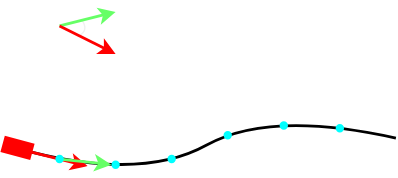
Earlier version of the draw.io export docs/diagrams/driving-direction.drawio.svg (triosnok/isi-planning-tool). Source tidied: cells renumbered, new cells last; positions are measured from the earlier drawing's top-left corner, leaving out a move shared by most shapes.
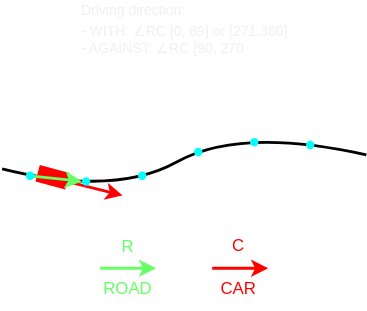
Above is the later version.

Commit message:
docs: add additional details to matching driving direction

Diff of the diagram source:
```diff
@@ -2,15 +2,6 @@
   <root>
     <mxCell id="0" />
     <mxCell id="1" parent="0" />
-    <mxCell id="2" style="endArrow=none;html=1;strokeColor=#F0F0F0;strokeWidth=1;endFill=0;curved=1;" parent="1" edge="1">
-      <mxGeometry relative="1" as="geometry">
-        <mxPoint x="54" y="17" as="sourcePoint" />
-        <mxPoint x="56" y="6" as="targetPoint" />
-        <Array as="points">
-          <mxPoint x="61" y="13" />
-        </Array>
-      </mxGeometry>
-    </mxCell>
     <mxCell id="3" style="curved=1;endArrow=none;html=1;endFill=0;strokeWidth=2;" parent="1" edge="1">
       <mxGeometry relative="1" as="geometry">
         <mxPoint x="20" y="100" as="sourcePoint" />
@@ -23,12 +14,12 @@
     </mxCell>
     <mxCell id="4" style="endArrow=classic;html=1;strokeColor=#FF0000;strokeWidth=2;" parent="1" edge="1">
       <mxGeometry relative="1" as="geometry">
-        <mxPoint x="20" y="100" as="sourcePoint" />
-        <mxPoint x="60" y="110" as="targetPoint" />
+        <mxPoint x="66" y="109" as="sourcePoint" />
+        <mxPoint x="106" y="119" as="targetPoint" />
       </mxGeometry>
     </mxCell>
     <mxCell id="5" style="rounded=0;whiteSpace=wrap;html=1;rotation=15;strokeWidth=2;strokeColor=#FF0000;fillColor=#FF0000;" parent="1" vertex="1">
-      <mxGeometry y="92" width="20" height="10.1" as="geometry" />
+      <mxGeometry x="46" y="101" width="20" height="10.1" as="geometry" />
     </mxCell>
     <mxCell id="6" style="ellipse;whiteSpace=wrap;html=1;strokeColor=#00FFFF;strokeWidth=2;fillColor=#00FFFF;" parent="1" vertex="1">
       <mxGeometry x="78" y="107" width="4" height="4" as="geometry" />
@@ -56,15 +47,30 @@
     </mxCell>
     <mxCell id="13" style="endArrow=classic;html=1;strokeColor=#66FF66;strokeWidth=2;" parent="1" edge="1">
       <mxGeometry relative="1" as="geometry">
-        <mxPoint x="40" y="10" as="sourcePoint" />
-        <mxPoint x="80" as="targetPoint" />
+        <mxPoint x="90" y="171" as="sourcePoint" />
+        <mxPoint x="130" y="171" as="targetPoint" />
       </mxGeometry>
     </mxCell>
     <mxCell id="14" style="endArrow=classic;html=1;strokeColor=#FF0000;strokeWidth=2;" parent="1" edge="1">
       <mxGeometry relative="1" as="geometry">
-        <mxPoint x="40" y="10" as="sourcePoint" />
-        <mxPoint x="80" y="30" as="targetPoint" />
+        <mxPoint x="170" y="171" as="sourcePoint" />
+        <mxPoint x="210" y="171" as="targetPoint" />
       </mxGeometry>
     </mxCell>
+    <mxCell id="15" value="&lt;font color=&quot;#66ff66&quot;&gt;R&lt;/font&gt;" style="text;html=1;strokeColor=none;fillColor=none;align=center;verticalAlign=middle;whiteSpace=wrap;rounded=0;" parent="1" vertex="1">
+      <mxGeometry x="90" y="141" width="40" height="30" as="geometry" />
+    </mxCell>
+    <mxCell id="16" value="&lt;font color=&quot;#ff0000&quot;&gt;C&lt;/font&gt;" style="text;html=1;strokeColor=none;fillColor=none;align=center;verticalAlign=middle;whiteSpace=wrap;rounded=0;" parent="1" vertex="1">
+      <mxGeometry x="169" y="140" width="40" height="30" as="geometry" />
+    </mxCell>
+    <mxCell id="17" value="&lt;font color=&quot;#66ff66&quot;&gt;ROAD&lt;/font&gt;" style="text;html=1;strokeColor=none;fillColor=none;align=center;verticalAlign=middle;whiteSpace=wrap;rounded=0;" parent="1" vertex="1">
+      <mxGeometry x="90" y="171" width="40" height="30" as="geometry" />
+    </mxCell>
+    <mxCell id="18" value="&lt;font color=&quot;#ff0000&quot;&gt;CAR&lt;/font&gt;" style="text;html=1;strokeColor=none;fillColor=none;align=center;verticalAlign=middle;whiteSpace=wrap;rounded=0;" parent="1" vertex="1">
+      <mxGeometry x="169" y="171" width="40" height="30" as="geometry" />
+    </mxCell>
+    <mxCell id="19" value="&lt;div style=&quot;text-align: left;&quot;&gt;&lt;span style=&quot;color: rgb(240, 240, 240); font-size: 10px; background-color: initial;&quot;&gt;Driving direction:&lt;/span&gt;&lt;/div&gt;&lt;div style=&quot;text-align: left;&quot;&gt;&lt;span style=&quot;color: rgb(240, 240, 240); font-size: 10px; background-color: initial;&quot;&gt;- WITH:&amp;nbsp;&lt;/span&gt;&lt;span style=&quot;font-size: 10px; background-color: initial;&quot;&gt;&lt;font color=&quot;#f0f0f0&quot;&gt;∠RC&amp;nbsp;&lt;/font&gt;&lt;/span&gt;&lt;span style=&quot;color: rgb(240, 240, 240); font-size: 10px; background-color: initial;&quot;&gt;[0, 89] or [271,360]&amp;nbsp;&lt;/span&gt;&lt;br&gt;&lt;/div&gt;&lt;div style=&quot;color: rgb(240, 240, 240); font-size: 10px; text-align: left;&quot;&gt;&lt;span style=&quot;background-color: initial;&quot;&gt;- AGAINST:&amp;nbsp;&lt;/span&gt;&lt;span style=&quot;background-color: initial; color: rgb(255, 0, 0);&quot;&gt;&lt;font color=&quot;#f0f0f0&quot;&gt;∠RC&amp;nbsp;&lt;/font&gt;&lt;/span&gt;&lt;span style=&quot;background-color: initial;&quot;&gt;[90, 270&lt;/span&gt;&lt;/div&gt;" style="text;html=1;strokeColor=none;fillColor=none;align=center;verticalAlign=middle;whiteSpace=wrap;rounded=0;fontColor=#FF0000;" parent="1" vertex="1">
+      <mxGeometry x="68" y="-20" width="165" height="40" as="geometry" />
+    </mxCell>
   </root>
 </mxGraphModel>
```
